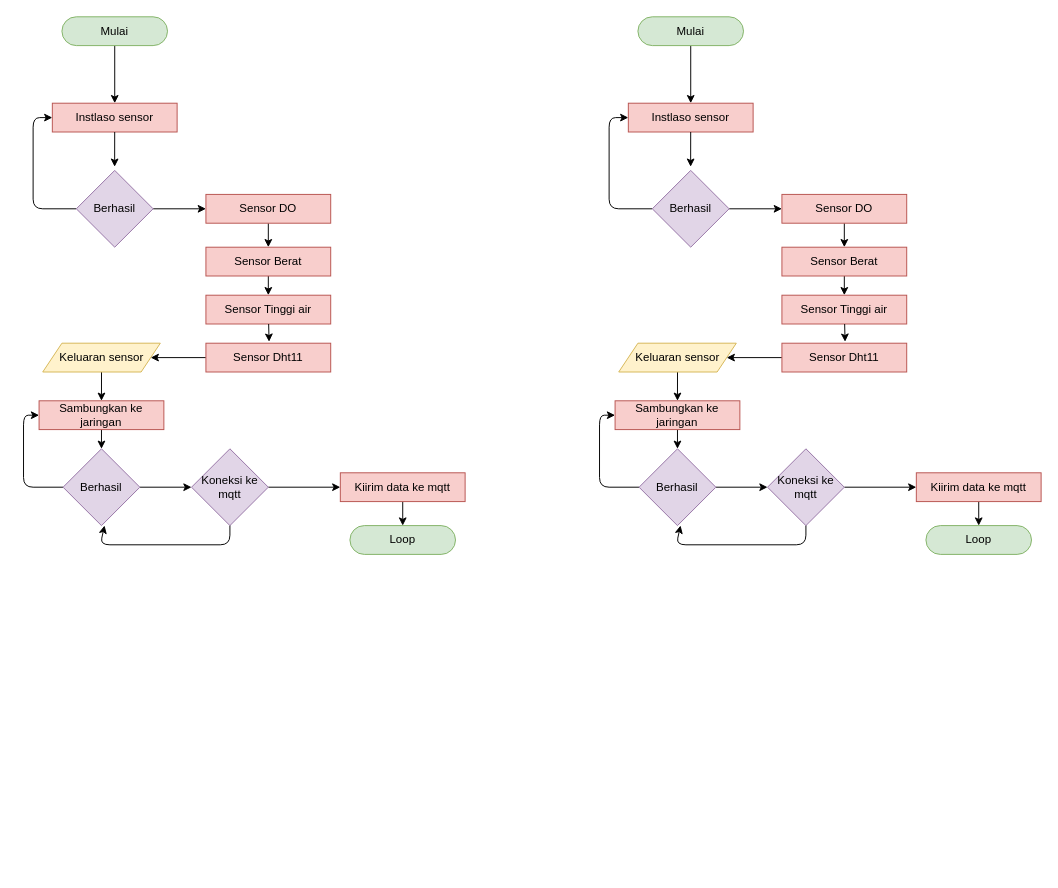
The draw.io diagram diagram.drawio in Nugraa21/iot_kolam_ikan, before the edit. Source tidied: cells renumbered, new cells numbered last; positions are measured from the earlier drawing's top-left corner, leaving out a move shared by most shapes. Both pictures are drawn from the tidied source at 96%, with x=0, y=0 at pixel (23, 16).
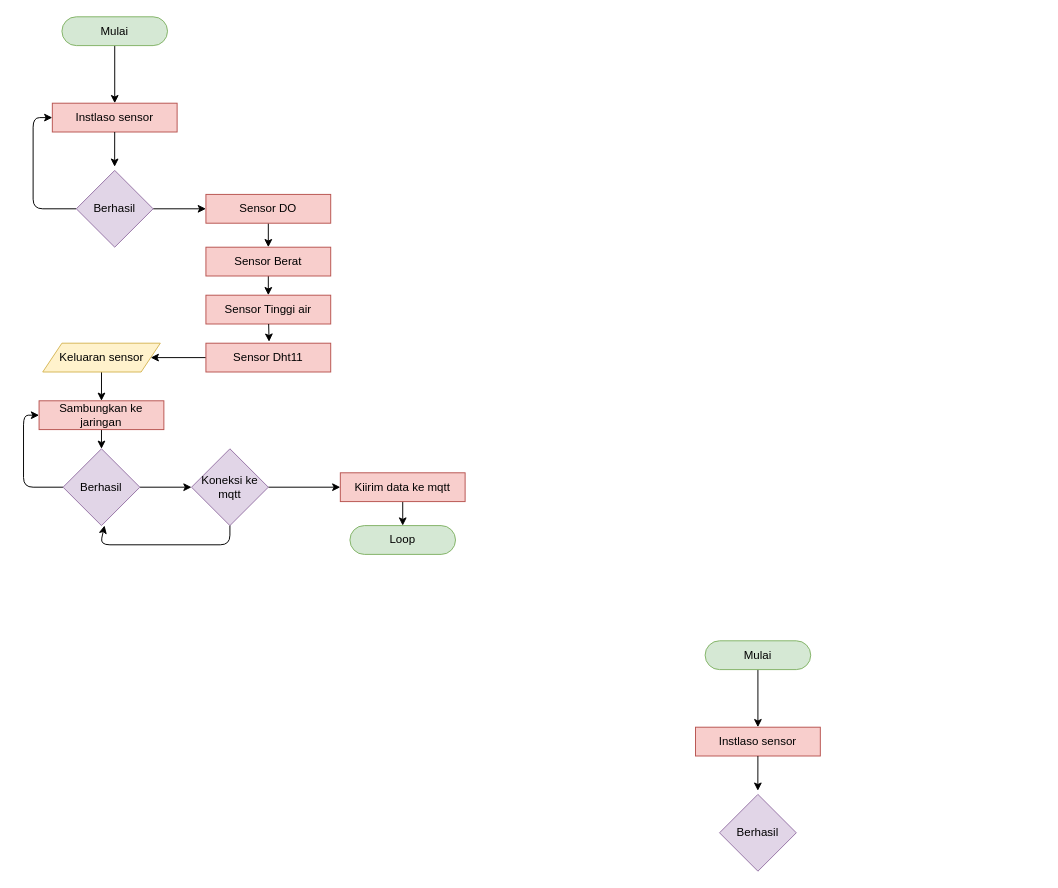
The same page after the edit.

The edit, as a diff of the source:
```diff
@@
     <mxCell id="31" value="&amp;nbsp;Mulai&amp;nbsp;" style="rounded=1;whiteSpace=wrap;html=1;arcSize=50;fillColor=#d5e8d4;strokeColor=#82b366;" parent="1" vertex="1">
-      <mxGeometry x="640" width="110" height="30" as="geometry" />
+      <mxGeometry x="710" y="650" width="110" height="30" as="geometry" />
     </mxCell>
     <mxCell id="32" value="Instlaso sensor" style="rounded=0;whiteSpace=wrap;html=1;fillColor=#f8cecc;strokeColor=#b85450;" parent="1" vertex="1">
-      <mxGeometry x="630" y="90" width="130" height="30" as="geometry" />
+      <mxGeometry x="700" y="740" width="130" height="30" as="geometry" />
     </mxCell>
-    <mxCell id="33" style="edgeStyle=none;html=1;entryX=0.5;entryY=0;entryDx=0;entryDy=0;" parent="1" edge="1" source="34" target="48">
-      <mxGeometry relative="1" as="geometry" />
-    </mxCell>
-    <mxCell id="34" value="Keluaran sensor" style="shape=parallelogram;perimeter=parallelogramPerimeter;whiteSpace=wrap;html=1;fixedSize=1;fillColor=#fff2cc;strokeColor=#d6b656;" parent="1" vertex="1">
-      <mxGeometry x="620" y="340" width="122.5" height="30" as="geometry" />
-    </mxCell>
-    <mxCell id="35" style="edgeStyle=none;html=1;" parent="1" edge="1" source="37" target="40">
-      <mxGeometry relative="1" as="geometry" />
-    </mxCell>
-    <mxCell id="36" style="edgeStyle=none;html=1;entryX=0;entryY=0.5;entryDx=0;entryDy=0;" parent="1" edge="1" source="37" target="32">
-      <mxGeometry relative="1" as="geometry">
-        <Array as="points">
-          <mxPoint x="610" y="200" />
-          <mxPoint x="610" y="105" />
-        </Array>
-      </mxGeometry>
-    </mxCell>
     <mxCell id="37" value="Berhasil" style="rhombus;whiteSpace=wrap;html=1;fillColor=#e1d5e7;strokeColor=#9673a6;" parent="1" vertex="1">
-      <mxGeometry x="655" y="160" width="80" height="80" as="geometry" />
+      <mxGeometry x="725" y="810" width="80" height="80" as="geometry" />
     </mxCell>
@@
-    <mxCell id="39" style="edgeStyle=none;html=1;entryX=0.5;entryY=0;entryDx=0;entryDy=0;" parent="1" edge="1" source="40" target="42">
-      <mxGeometry relative="1" as="geometry" />
-    </mxCell>
-    <mxCell id="40" value="Sensor DO" style="rounded=0;whiteSpace=wrap;html=1;fillColor=#f8cecc;strokeColor=#b85450;" parent="1" vertex="1">
-      <mxGeometry x="790" y="185" width="130" height="30" as="geometry" />
-    </mxCell>
-    <mxCell id="41" style="edgeStyle=none;html=1;entryX=0.5;entryY=0;entryDx=0;entryDy=0;" parent="1" edge="1" source="42" target="43">
-      <mxGeometry relative="1" as="geometry" />
-    </mxCell>
-    <mxCell id="42" value="Sensor Berat" style="rounded=0;whiteSpace=wrap;html=1;fillColor=#f8cecc;strokeColor=#b85450;" parent="1" vertex="1">
-      <mxGeometry x="790" y="240" width="130" height="30" as="geometry" />
-    </mxCell>
-    <mxCell id="43" value="Sensor Tinggi air" style="rounded=0;whiteSpace=wrap;html=1;fillColor=#f8cecc;strokeColor=#b85450;" parent="1" vertex="1">
-      <mxGeometry x="790" y="290" width="130" height="30" as="geometry" />
-    </mxCell>
-    <mxCell id="44" style="edgeStyle=none;html=1;" parent="1" edge="1" source="45" target="34">
-      <mxGeometry relative="1" as="geometry" />
-    </mxCell>
-    <mxCell id="45" value="Sensor Dht11" style="rounded=0;whiteSpace=wrap;html=1;fillColor=#f8cecc;strokeColor=#b85450;" parent="1" vertex="1">
-      <mxGeometry x="790" y="340" width="130" height="30" as="geometry" />
-    </mxCell>
-    <mxCell id="46" style="edgeStyle=none;html=1;entryX=0.506;entryY=-0.052;entryDx=0;entryDy=0;entryPerimeter=0;" parent="1" edge="1" source="43" target="45">
-      <mxGeometry relative="1" as="geometry" />
-    </mxCell>
-    <mxCell id="47" style="edgeStyle=none;html=1;" parent="1" edge="1" source="48" target="51">
-      <mxGeometry relative="1" as="geometry" />
-    </mxCell>
-    <mxCell id="48" value="Sambungkan ke jaringan" style="rounded=0;whiteSpace=wrap;html=1;fillColor=#f8cecc;strokeColor=#b85450;" parent="1" vertex="1">
-      <mxGeometry x="616.2" y="400" width="130" height="30" as="geometry" />
-    </mxCell>
-    <mxCell id="49" style="edgeStyle=none;html=1;entryX=0;entryY=0.5;entryDx=0;entryDy=0;" parent="1" edge="1" source="51" target="53">
-      <mxGeometry relative="1" as="geometry" />
-    </mxCell>
-    <mxCell id="50" style="edgeStyle=none;html=1;entryX=0;entryY=0.5;entryDx=0;entryDy=0;" parent="1" edge="1" source="51" target="48">
-      <mxGeometry relative="1" as="geometry">
-        <Array as="points">
-          <mxPoint x="600" y="490" />
-          <mxPoint x="600" y="415" />
-        </Array>
-      </mxGeometry>
-    </mxCell>
-    <mxCell id="51" value="Berhasil" style="rhombus;whiteSpace=wrap;html=1;fillColor=#e1d5e7;strokeColor=#9673a6;" parent="1" vertex="1">
-      <mxGeometry x="641.2" y="450" width="80" height="80" as="geometry" />
-    </mxCell>
-    <mxCell id="52" style="edgeStyle=none;html=1;" parent="1" edge="1" source="53" target="56">
-      <mxGeometry relative="1" as="geometry" />
-    </mxCell>
-    <mxCell id="53" value="Koneksi ke mqtt" style="rhombus;whiteSpace=wrap;html=1;fillColor=#e1d5e7;strokeColor=#9673a6;" parent="1" vertex="1">
-      <mxGeometry x="775" y="450" width="80" height="80" as="geometry" />
-    </mxCell>
-    <mxCell id="54" style="edgeStyle=none;html=1;entryX=0.54;entryY=0.999;entryDx=0;entryDy=0;entryPerimeter=0;" parent="1" edge="1" source="53" target="51">
-      <mxGeometry relative="1" as="geometry">
-        <Array as="points">
-          <mxPoint x="815" y="550" />
-          <mxPoint x="680" y="550" />
-        </Array>
-      </mxGeometry>
-    </mxCell>
-    <mxCell id="55" style="edgeStyle=none;html=1;" parent="1" edge="1" source="56" target="57">
-      <mxGeometry relative="1" as="geometry" />
-    </mxCell>
-    <mxCell id="56" value="Kiirim data ke mqtt" style="rounded=0;whiteSpace=wrap;html=1;fillColor=#f8cecc;strokeColor=#b85450;" parent="1" vertex="1">
-      <mxGeometry x="930" y="475" width="130" height="30" as="geometry" />
-    </mxCell>
-    <mxCell id="57" value="Loop" style="rounded=1;whiteSpace=wrap;html=1;arcSize=50;fillColor=#d5e8d4;strokeColor=#82b366;" parent="1" vertex="1">
-      <mxGeometry x="940" y="530" width="110" height="30" as="geometry" />
-    </mxCell>
```
